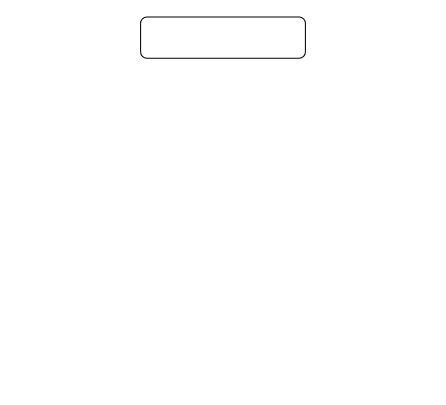
The draw.io diagram CBIR003.drawio in vinayak-k24/DrawIO, before the edit. Source tidied: cells renumbered, new cells numbered last; positions are measured from the earlier drawing's top-left corner, leaving out a move shared by most shapes. Both pictures are drawn from the tidied source at 103%, with x=0, y=0 at pixel (140, 16).
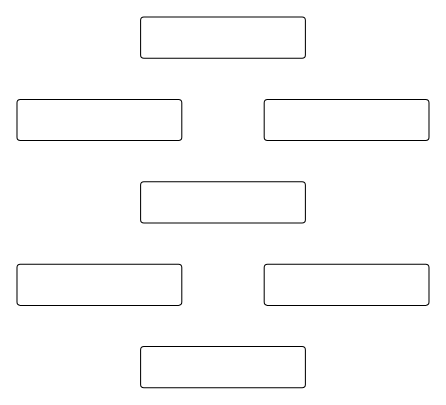
The same diagram, later.

What changed in the source:
```diff
@@
 <mxGraphModel>
   <root>
     <mxCell id="0" />
     <mxCell id="1" parent="0" />
-    <mxCell id="2" style="rounded=1;whiteSpace=wrap;html=1;" parent="1" vertex="1">
+    <mxCell id="2" style="rounded=1;whiteSpace=wrap;html=1;imageHeight=24;arcSize=8;" parent="1" vertex="1">
       <mxGeometry width="160" height="40" as="geometry" />
     </mxCell>
+    <mxCell id="3" style="rounded=1;whiteSpace=wrap;html=1;imageHeight=24;arcSize=8;" parent="1" vertex="1">
+      <mxGeometry x="-120" y="80" width="160" height="40" as="geometry" />
+    </mxCell>
+    <mxCell id="4" style="rounded=1;whiteSpace=wrap;html=1;imageHeight=24;arcSize=8;" parent="1" vertex="1">
+      <mxGeometry y="160" width="160" height="40" as="geometry" />
+    </mxCell>
+    <mxCell id="5" style="rounded=1;whiteSpace=wrap;html=1;imageHeight=24;arcSize=8;" parent="1" vertex="1">
+      <mxGeometry x="-120" y="240" width="160" height="40" as="geometry" />
+    </mxCell>
+    <mxCell id="6" style="rounded=1;whiteSpace=wrap;html=1;imageHeight=24;arcSize=8;" parent="1" vertex="1">
+      <mxGeometry x="120" y="80" width="160" height="40" as="geometry" />
+    </mxCell>
+    <mxCell id="7" style="rounded=1;whiteSpace=wrap;html=1;imageHeight=24;arcSize=8;" parent="1" vertex="1">
+      <mxGeometry x="120" y="240" width="160" height="40" as="geometry" />
+    </mxCell>
+    <mxCell id="8" style="rounded=1;whiteSpace=wrap;html=1;imageHeight=24;arcSize=8;" parent="1" vertex="1">
+      <mxGeometry y="320" width="160" height="40" as="geometry" />
+    </mxCell>
   </root>
 </mxGraphModel>
```
